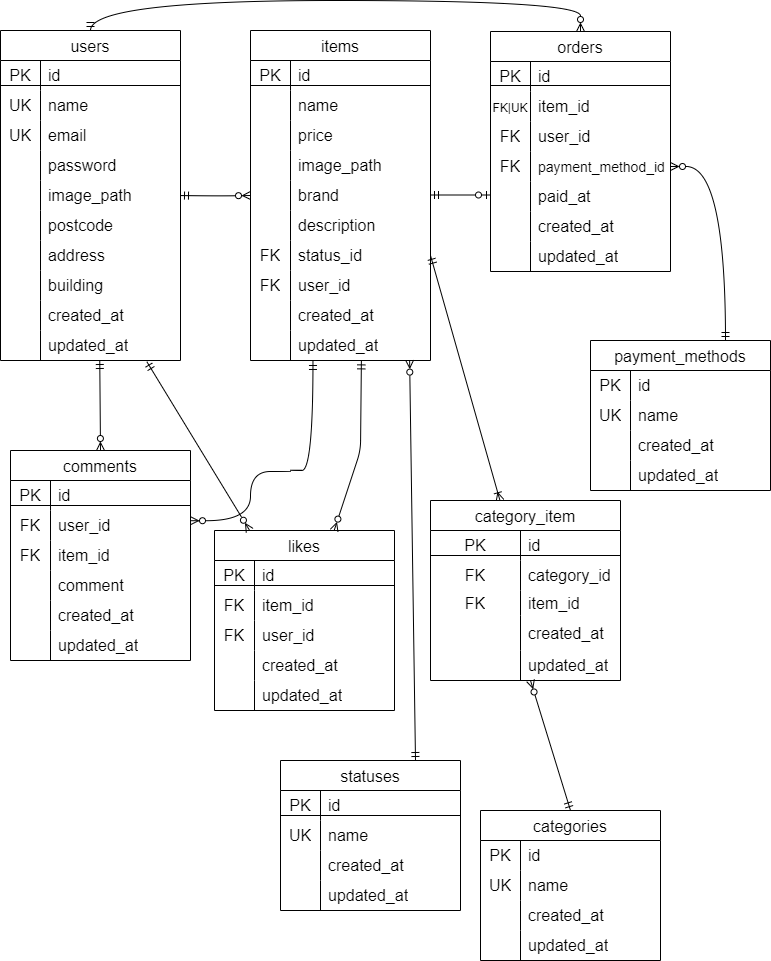
The draw.io diagram index.drawio.png in imachanimachan/Fleamarket-laravel, before a commit. Source tidied: cells renumbered, new cells last; positions are measured from the earlier drawing's top-left corner, leaving out a move shared by most shapes.
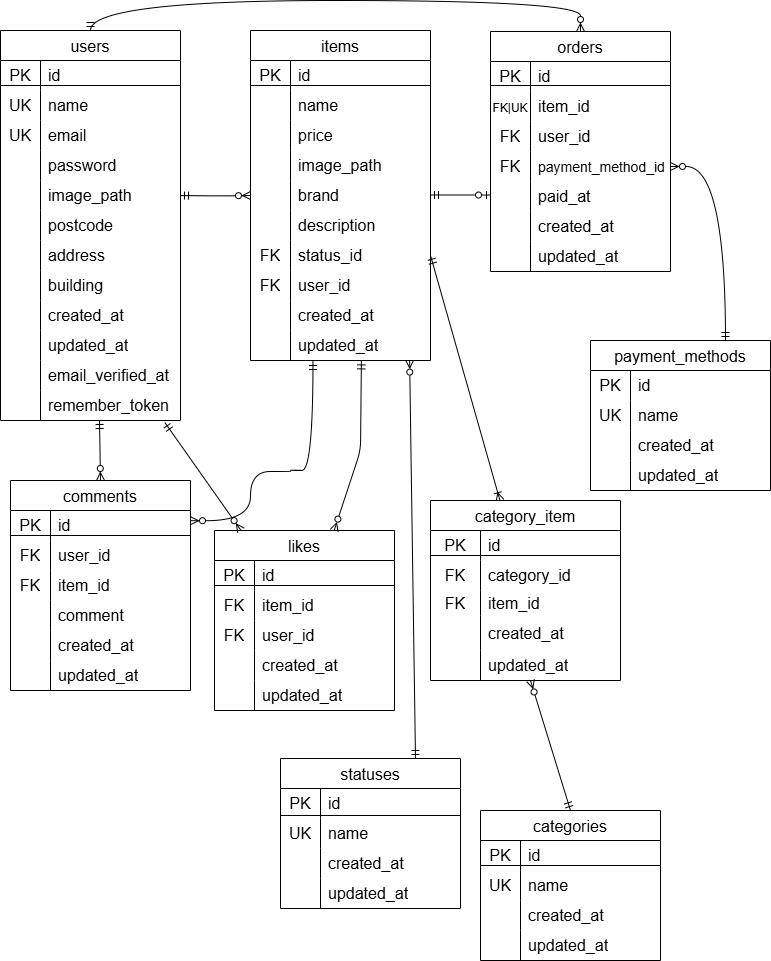
The same diagram one commit later.

Diff of the diagram source:
```diff
@@ -11,7 +11,7 @@
       </mxGeometry>
     </mxCell>
     <mxCell id="3" value="users" style="shape=table;startSize=30;rowLines=0;fontStyle=0;strokeColor=default;fontSize=16;" parent="1" vertex="1">
-      <mxGeometry y="30" width="180" height="330" as="geometry" />
+      <mxGeometry y="30" width="180" height="390" as="geometry" />
     </mxCell>
     <mxCell id="4" style="shape=tableRow;horizontal=0;startSize=0;swimlaneHead=0;swimlaneBody=0;top=0;left=0;bottom=0;right=0;fillColor=none;strokeColor=#000000;fontSize=16;" parent="3" vertex="1">
       <mxGeometry y="30" width="180" height="30" as="geometry" />
@@ -103,6 +103,24 @@
     <mxCell id="33" value="updated_at" style="shape=partialRectangle;html=1;whiteSpace=wrap;fillColor=none;top=0;left=0;bottom=0;right=0;align=left;spacingLeft=6;overflow=hidden;strokeColor=inherit;fontSize=16;" parent="31" vertex="1">
       <mxGeometry x="40" width="140" height="30" as="geometry" />
     </mxCell>
+    <mxCell id="196" style="shape=tableRow;horizontal=0;startSize=0;swimlaneHead=0;swimlaneBody=0;top=0;left=0;bottom=0;right=0;fillColor=none;strokeColor=inherit;fontSize=16;" parent="3" vertex="1">
+      <mxGeometry y="330" width="180" height="30" as="geometry" />
+    </mxCell>
+    <mxCell id="197" style="shape=partialRectangle;html=1;whiteSpace=wrap;fillColor=none;top=0;left=0;bottom=0;right=0;overflow=hidden;strokeColor=inherit;fontSize=16;" parent="196" vertex="1">
+      <mxGeometry width="40" height="30" as="geometry" />
+    </mxCell>
+    <mxCell id="198" value="email_verified_at" style="shape=partialRectangle;html=1;whiteSpace=wrap;fillColor=none;top=0;left=0;bottom=0;right=0;align=left;spacingLeft=6;overflow=hidden;strokeColor=inherit;fontSize=16;" parent="196" vertex="1">
+      <mxGeometry x="40" width="140" height="30" as="geometry" />
+    </mxCell>
+    <mxCell id="199" style="shape=tableRow;horizontal=0;startSize=0;swimlaneHead=0;swimlaneBody=0;top=0;left=0;bottom=0;right=0;fillColor=none;points=[[0,0.5],[1,0.5]];portConstraint=eastwest;strokeColor=inherit;fontSize=16;" parent="3" vertex="1">
+      <mxGeometry y="360" width="180" height="30" as="geometry" />
+    </mxCell>
+    <mxCell id="200" style="shape=partialRectangle;html=1;whiteSpace=wrap;fillColor=none;top=0;left=0;bottom=0;right=0;overflow=hidden;strokeColor=inherit;fontSize=16;" parent="199" vertex="1">
+      <mxGeometry width="40" height="30" as="geometry" />
+    </mxCell>
+    <mxCell id="201" value="remember_token" style="shape=partialRectangle;html=1;whiteSpace=wrap;fillColor=none;top=0;left=0;bottom=0;right=0;align=left;spacingLeft=6;overflow=hidden;strokeColor=inherit;fontSize=16;" parent="199" vertex="1">
+      <mxGeometry x="40" width="140" height="30" as="geometry" />
+    </mxCell>
     <mxCell id="34" style="line;strokeWidth=1;html=1;perimeter=backbonePerimeter;" parent="1" vertex="1">
       <mxGeometry x="280" y="810" width="180" height="10" as="geometry" />
     </mxCell>
@@ -334,7 +352,7 @@
       </mxGeometry>
     </mxCell>
     <mxCell id="110" value="comments" style="shape=table;startSize=30;rowLines=0;fontStyle=0;strokeColor=default;fontSize=16;" parent="1" vertex="1">
-      <mxGeometry x="10" y="450" width="180" height="210" as="geometry" />
+      <mxGeometry x="10" y="480" width="180" height="210" as="geometry" />
     </mxCell>
     <mxCell id="111" style="shape=tableRow;horizontal=0;startSize=0;swimlaneHead=0;swimlaneBody=0;top=0;left=0;bottom=0;right=0;fillColor=none;strokeColor=#000000;fontSize=16;" parent="110" vertex="1">
       <mxGeometry y="30" width="180" height="30" as="geometry" />
@@ -390,7 +408,7 @@
     <mxCell id="128" value="&lt;span style=&quot;color: rgb(0, 0, 0);&quot;&gt;updated_at&lt;/span&gt;" style="shape=partialRectangle;html=1;whiteSpace=wrap;fillColor=none;top=0;left=0;bottom=0;right=0;align=left;spacingLeft=6;overflow=hidden;strokeColor=inherit;fontSize=16;" parent="126" vertex="1">
       <mxGeometry x="40" width="140" height="30" as="geometry" />
     </mxCell>
-    <mxCell id="129" style="edgeStyle=none;html=1;entryX=0.813;entryY=1.04;entryDx=0;entryDy=0;entryPerimeter=0;endArrow=ERmandOne;endFill=0;startArrow=ERzeroToMany;startFill=0;" parent="1" edge="1" source="35" target="31">
+    <mxCell id="129" style="edgeStyle=none;html=1;endArrow=ERmandOne;endFill=0;startArrow=ERzeroToMany;startFill=0;entryX=0.913;entryY=1.067;entryDx=0;entryDy=0;entryPerimeter=0;" parent="1" edge="1" source="35" target="199">
       <mxGeometry relative="1" as="geometry" />
     </mxCell>
     <mxCell id="130" style="edgeStyle=none;html=1;entryX=0.616;entryY=1.013;entryDx=0;entryDy=0;entryPerimeter=0;endArrow=ERmandOne;endFill=0;startArrow=ERzeroToMany;startFill=0;" parent="1" edge="1" source="35" target="101">
@@ -401,7 +419,7 @@
       </mxGeometry>
     </mxCell>
     <mxCell id="131" value="statuses" style="shape=table;startSize=30;rowLines=0;fontStyle=0;strokeColor=default;fontSize=16;" parent="1" vertex="1">
-      <mxGeometry x="280" y="760" width="180" height="150" as="geometry" />
+      <mxGeometry x="280" y="758" width="180" height="150" as="geometry" />
     </mxCell>
     <mxCell id="132" style="shape=tableRow;horizontal=0;startSize=0;swimlaneHead=0;swimlaneBody=0;top=0;left=0;bottom=0;right=0;fillColor=none;strokeColor=#000000;fontSize=16;" parent="131" vertex="1">
       <mxGeometry y="30" width="180" height="30" as="geometry" />
@@ -439,9 +457,9 @@
     <mxCell id="143" value="&lt;span style=&quot;color: rgb(0, 0, 0);&quot;&gt;updated_at&lt;/span&gt;" style="shape=partialRectangle;html=1;whiteSpace=wrap;fillColor=none;top=0;left=0;bottom=0;right=0;align=left;spacingLeft=6;overflow=hidden;strokeColor=inherit;fontSize=16;" parent="141" vertex="1">
       <mxGeometry x="40" width="140" height="30" as="geometry" />
     </mxCell>
-    <mxCell id="144" style="edgeStyle=none;html=1;entryX=0.538;entryY=0.933;entryDx=0;entryDy=0;entryPerimeter=0;startArrow=ERzeroToMany;startFill=0;endArrow=ERmandOne;endFill=0;exitX=0.5;exitY=0;exitDx=0;exitDy=0;" parent="1" edge="1" source="110">
+    <mxCell id="144" style="edgeStyle=none;html=1;startArrow=ERzeroToMany;startFill=0;endArrow=ERmandOne;endFill=0;exitX=0.5;exitY=0;exitDx=0;exitDy=0;" parent="1" edge="1" source="110">
       <mxGeometry relative="1" as="geometry">
-        <mxPoint x="99.3" y="360" as="targetPoint" />
+        <mxPoint x="99" y="420" as="targetPoint" />
       </mxGeometry>
     </mxCell>
     <mxCell id="145" style="edgeStyle=orthogonalEdgeStyle;html=1;entryX=0.347;entryY=1.033;entryDx=0;entryDy=0;entryPerimeter=0;endArrow=ERmandOne;endFill=0;startArrow=ERzeroToMany;startFill=0;exitX=1.009;exitY=-0.033;exitDx=0;exitDy=0;exitPerimeter=0;curved=1;" parent="1" edge="1" target="101">
@@ -466,7 +484,7 @@
       </mxGeometry>
     </mxCell>
     <mxCell id="148" style="line;strokeWidth=1;html=1;perimeter=backbonePerimeter;" parent="1" vertex="1">
-      <mxGeometry x="10" y="500" width="180" height="10" as="geometry" />
+      <mxGeometry x="10" y="530" width="180" height="10" as="geometry" />
     </mxCell>
     <mxCell id="149" style="html=1;entryX=1;entryY=0.5;entryDx=0;entryDy=0;endArrow=ERmandOne;endFill=0;startArrow=ERoneToMany;startFill=0;" parent="1" edge="1" source="150" target="92">
       <mxGeometry relative="1" as="geometry" />
@@ -478,46 +496,46 @@
       <mxGeometry y="30" width="190" height="30" as="geometry" />
     </mxCell>
     <mxCell id="152" value="PK" style="shape=partialRectangle;html=1;whiteSpace=wrap;fillColor=none;top=0;left=0;bottom=0;right=0;overflow=hidden;strokeColor=inherit;fontSize=16;" parent="151" vertex="1">
-      <mxGeometry width="90" height="30" as="geometry" />
+      <mxGeometry width="50" height="30" as="geometry" />
     </mxCell>
     <mxCell id="153" value="&lt;span style=&quot;color: rgb(0, 0, 0);&quot;&gt;id&lt;/span&gt;" style="shape=partialRectangle;html=1;whiteSpace=wrap;fillColor=none;top=0;left=0;bottom=0;right=0;align=left;spacingLeft=6;overflow=hidden;strokeColor=#000000;fontSize=16;" parent="151" vertex="1">
-      <mxGeometry x="90" width="100" height="30" as="geometry" />
+      <mxGeometry x="50" width="140" height="30" as="geometry" />
     </mxCell>
     <mxCell id="154" style="shape=tableRow;horizontal=0;startSize=0;swimlaneHead=0;swimlaneBody=0;top=0;left=0;bottom=0;right=0;fillColor=none;strokeColor=inherit;fontSize=16;" parent="150" vertex="1">
       <mxGeometry y="60" width="190" height="30" as="geometry" />
     </mxCell>
     <mxCell id="155" value="FK" style="shape=partialRectangle;html=1;whiteSpace=wrap;fillColor=none;top=0;left=0;bottom=0;right=0;overflow=hidden;strokeColor=inherit;fontSize=16;" parent="154" vertex="1">
-      <mxGeometry width="90" height="30" as="geometry" />
+      <mxGeometry width="50" height="30" as="geometry" />
     </mxCell>
     <mxCell id="156" value="&lt;span style=&quot;color: rgb(0, 0, 0); text-align: center; text-wrap-mode: nowrap;&quot;&gt;category_id&lt;/span&gt;" style="shape=partialRectangle;html=1;whiteSpace=wrap;fillColor=none;top=0;left=0;bottom=0;right=0;align=left;spacingLeft=6;overflow=hidden;strokeColor=inherit;fontSize=16;" parent="154" vertex="1">
-      <mxGeometry x="90" width="100" height="30" as="geometry" />
+      <mxGeometry x="50" width="140" height="30" as="geometry" />
     </mxCell>
     <mxCell id="157" style="shape=tableRow;horizontal=0;startSize=0;swimlaneHead=0;swimlaneBody=0;top=0;left=0;bottom=0;right=0;fillColor=none;strokeColor=inherit;fontSize=16;" parent="150" vertex="1">
       <mxGeometry y="90" width="190" height="25" as="geometry" />
     </mxCell>
     <mxCell id="158" value="FK" style="shape=partialRectangle;html=1;whiteSpace=wrap;fillColor=none;top=0;left=0;bottom=0;right=0;overflow=hidden;strokeColor=inherit;fontSize=16;" parent="157" vertex="1">
-      <mxGeometry width="90" height="25" as="geometry" />
+      <mxGeometry width="50" height="25" as="geometry" />
     </mxCell>
     <mxCell id="159" value="&lt;span style=&quot;color: rgb(0, 0, 0); text-align: center; text-wrap-mode: nowrap;&quot;&gt;item_id&lt;/span&gt;" style="shape=partialRectangle;html=1;whiteSpace=wrap;fillColor=none;top=0;left=0;bottom=0;right=0;align=left;spacingLeft=6;overflow=hidden;strokeColor=inherit;fontSize=16;" parent="157" vertex="1">
-      <mxGeometry x="90" width="100" height="25" as="geometry" />
+      <mxGeometry x="50" width="140" height="25" as="geometry" />
     </mxCell>
     <mxCell id="160" style="shape=tableRow;horizontal=0;startSize=0;swimlaneHead=0;swimlaneBody=0;top=0;left=0;bottom=0;right=0;fillColor=none;strokeColor=inherit;fontSize=16;" parent="150" vertex="1">
       <mxGeometry y="115" width="190" height="35" as="geometry" />
     </mxCell>
     <mxCell id="161" style="shape=partialRectangle;html=1;whiteSpace=wrap;fillColor=none;top=0;left=0;bottom=0;right=0;overflow=hidden;strokeColor=inherit;fontSize=16;" parent="160" vertex="1">
-      <mxGeometry width="90" height="35" as="geometry" />
+      <mxGeometry width="50" height="35" as="geometry" />
     </mxCell>
     <mxCell id="162" value="created_at" style="shape=partialRectangle;html=1;whiteSpace=wrap;fillColor=none;top=0;left=0;bottom=0;right=0;align=left;spacingLeft=6;overflow=hidden;strokeColor=inherit;fontSize=16;" parent="160" vertex="1">
-      <mxGeometry x="90" width="100" height="35" as="geometry" />
+      <mxGeometry x="50" width="140" height="35" as="geometry" />
     </mxCell>
     <mxCell id="163" style="shape=tableRow;horizontal=0;startSize=0;swimlaneHead=0;swimlaneBody=0;top=0;left=0;bottom=0;right=0;fillColor=none;strokeColor=inherit;fontSize=16;" parent="150" vertex="1">
       <mxGeometry y="150" width="190" height="30" as="geometry" />
     </mxCell>
     <mxCell id="164" style="shape=partialRectangle;html=1;whiteSpace=wrap;fillColor=none;top=0;left=0;bottom=0;right=0;overflow=hidden;strokeColor=inherit;fontSize=16;" parent="163" vertex="1">
-      <mxGeometry width="90" height="30" as="geometry" />
+      <mxGeometry width="50" height="30" as="geometry" />
     </mxCell>
     <mxCell id="165" value="&lt;span style=&quot;color: rgb(0, 0, 0);&quot;&gt;updated_at&lt;/span&gt;" style="shape=partialRectangle;html=1;whiteSpace=wrap;fillColor=none;top=0;left=0;bottom=0;right=0;align=left;spacingLeft=6;overflow=hidden;strokeColor=inherit;fontSize=16;" parent="163" vertex="1">
-      <mxGeometry x="90" width="100" height="30" as="geometry" />
+      <mxGeometry x="50" width="140" height="30" as="geometry" />
     </mxCell>
     <mxCell id="166" value="categories" style="shape=table;startSize=30;rowLines=0;fontStyle=0;strokeColor=default;fontSize=16;" parent="1" vertex="1">
       <mxGeometry x="480" y="810" width="180" height="150" as="geometry" />
@@ -611,5 +629,8 @@
     <mxCell id="195" value="&lt;div style=&quot;color: rgb(204, 204, 204); background-color: rgb(31, 31, 31); font-family: Consolas, &amp;quot;Courier New&amp;quot;, monospace; font-size: 14px; line-height: 19px; white-space-collapse: preserve;&quot;&gt;&lt;br&gt;&lt;/div&gt;" style="text;html=1;align=center;verticalAlign=middle;strokeColor=none;fillColor=none;" parent="1" vertex="1">
       <mxGeometry x="20" y="818" width="20" height="30" as="geometry" />
     </mxCell>
+    <mxCell id="202" style="line;strokeWidth=1;html=1;perimeter=backbonePerimeter;" parent="1" vertex="1">
+      <mxGeometry x="480" y="860" width="180" height="10" as="geometry" />
+    </mxCell>
   </root>
 </mxGraphModel>
```
